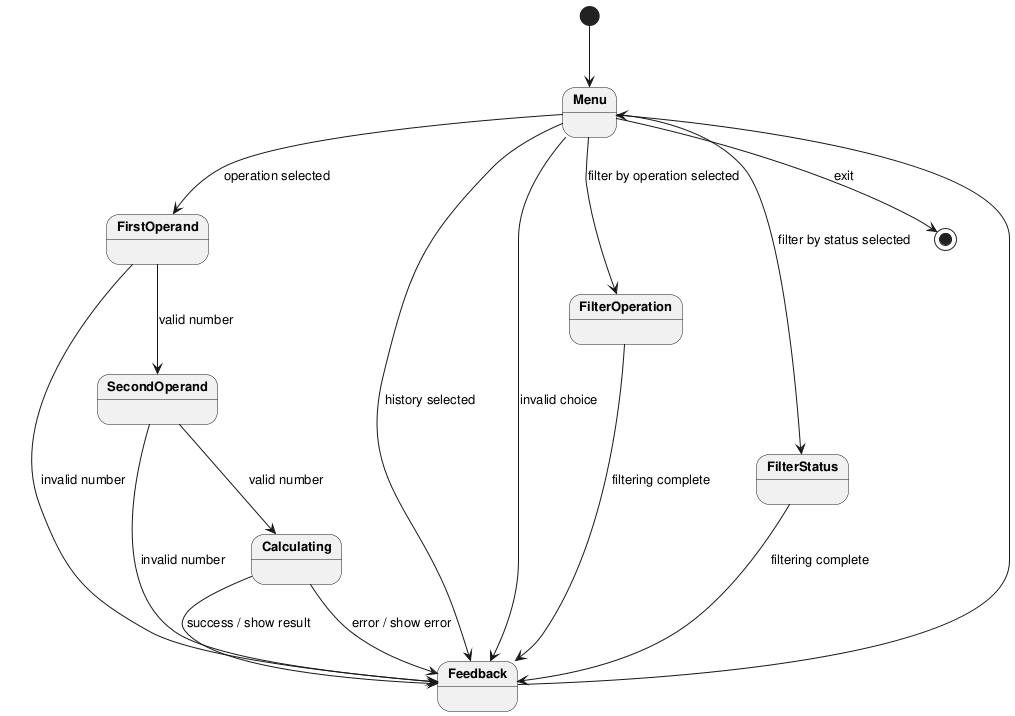
The PlantUML diagram experiments/pipeline/structured_text/calculator/artifacts/state_diagram_interactive.png in DanielRiha8906/Software_autoevolution_using_agents, before a commit.
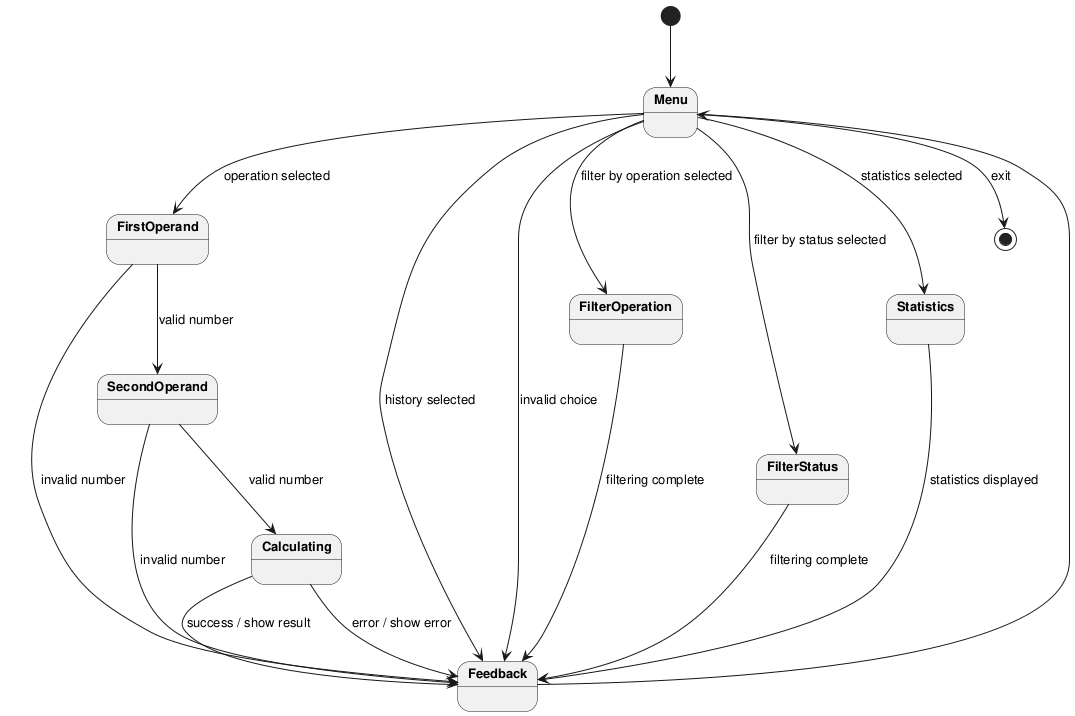
The same file after the commit.

The edit, as a diff of the source:
```diff
@@ -1,4 +1,4 @@
-@startuml
+@startuml state_diagram_interactive
 
 skinparam defaultFontSize 13
 skinparam stateFontStyle bold
@@ -11,11 +11,13 @@
 Menu --> Feedback : history selected
 Menu --> FilterOperation : filter by operation selected
 Menu --> FilterStatus : filter by status selected
+Menu --> Statistics : statistics selected
 Menu --> Feedback : invalid choice
 Menu --> [*] : exit
 
 FilterOperation --> Feedback : filtering complete
 FilterStatus --> Feedback : filtering complete
+Statistics --> Feedback : statistics displayed
 
 FirstOperand --> SecondOperand : valid number
 FirstOperand --> Feedback : invalid number
```
